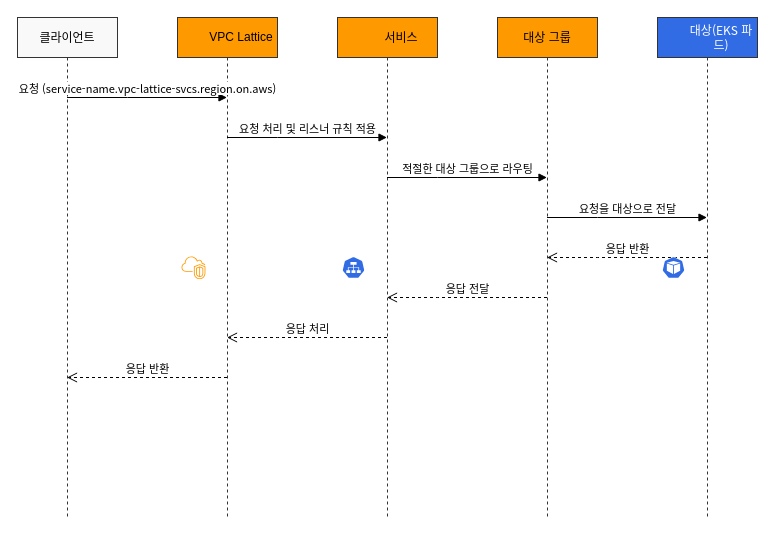
Earlier version of the draw.io diagram assets/generated-diagrams/vpc_lattice_traffic_flow.drawio (Atom-oh/kubernetes-docs). Source tidied: cells renumbered, new cells numbered last; positions are measured from the earlier drawing's top-left corner, leaving out a move shared by most shapes. Both pictures are drawn from the tidied source at 100%, with x=0, y=0 at pixel (17, 17).
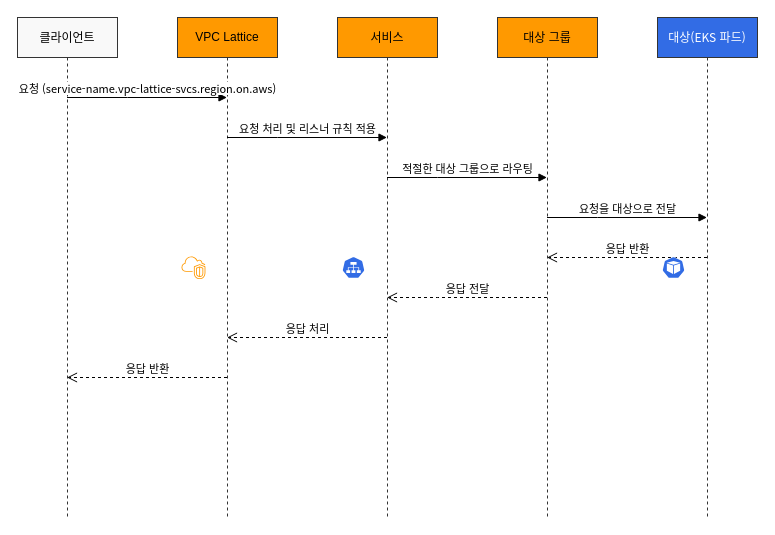
The same diagram, later.

Change to the diagram source:
```diff
@@
-    <mxCell id="3" value="VPC Lattice" style="shape=umlLifeline;perimeter=lifelinePerimeter;whiteSpace=wrap;html=1;outlineConnect=0;fillColor=#FF9900;strokeColor=#333333;fontColor=#000000;fontSize=12;spacingLeft=28;" parent="1" vertex="1">
+    <mxCell id="3" value="VPC Lattice" style="shape=umlLifeline;perimeter=lifelinePerimeter;whiteSpace=wrap;html=1;outlineConnect=0;fillColor=#FF9900;strokeColor=#333333;fontColor=#000000;fontSize=12;" parent="1" vertex="1">
       <mxGeometry x="160" width="100" height="500" as="geometry" />
     </mxCell>
-    <mxCell id="4" value="서비스" style="shape=umlLifeline;perimeter=lifelinePerimeter;whiteSpace=wrap;html=1;outlineConnect=0;fillColor=#FF9900;strokeColor=#333333;fontColor=#000000;fontSize=12;fontFamily=Noto Sans CJK KR;spacingLeft=28;" parent="1" vertex="1">
+    <mxCell id="4" value="서비스" style="shape=umlLifeline;perimeter=lifelinePerimeter;whiteSpace=wrap;html=1;outlineConnect=0;fillColor=#FF9900;strokeColor=#333333;fontColor=#000000;fontSize=12;fontFamily=Noto Sans CJK KR;" parent="1" vertex="1">
       <mxGeometry x="320" width="100" height="500" as="geometry" />
     </mxCell>
@@
-    <mxCell id="6" value="대상(EKS 파드)" style="shape=umlLifeline;perimeter=lifelinePerimeter;whiteSpace=wrap;html=1;outlineConnect=0;fillColor=#326CE5;strokeColor=#333333;fontColor=#FFFFFF;fontSize=12;fontFamily=Noto Sans CJK KR;spacingLeft=28;" parent="1" vertex="1">
+    <mxCell id="6" value="대상(EKS 파드)" style="shape=umlLifeline;perimeter=lifelinePerimeter;whiteSpace=wrap;html=1;outlineConnect=0;fillColor=#326CE5;strokeColor=#333333;fontColor=#FFFFFF;fontSize=12;fontFamily=Noto Sans CJK KR;" parent="1" vertex="1">
       <mxGeometry x="640" width="100" height="500" as="geometry" />
     </mxCell>
```
